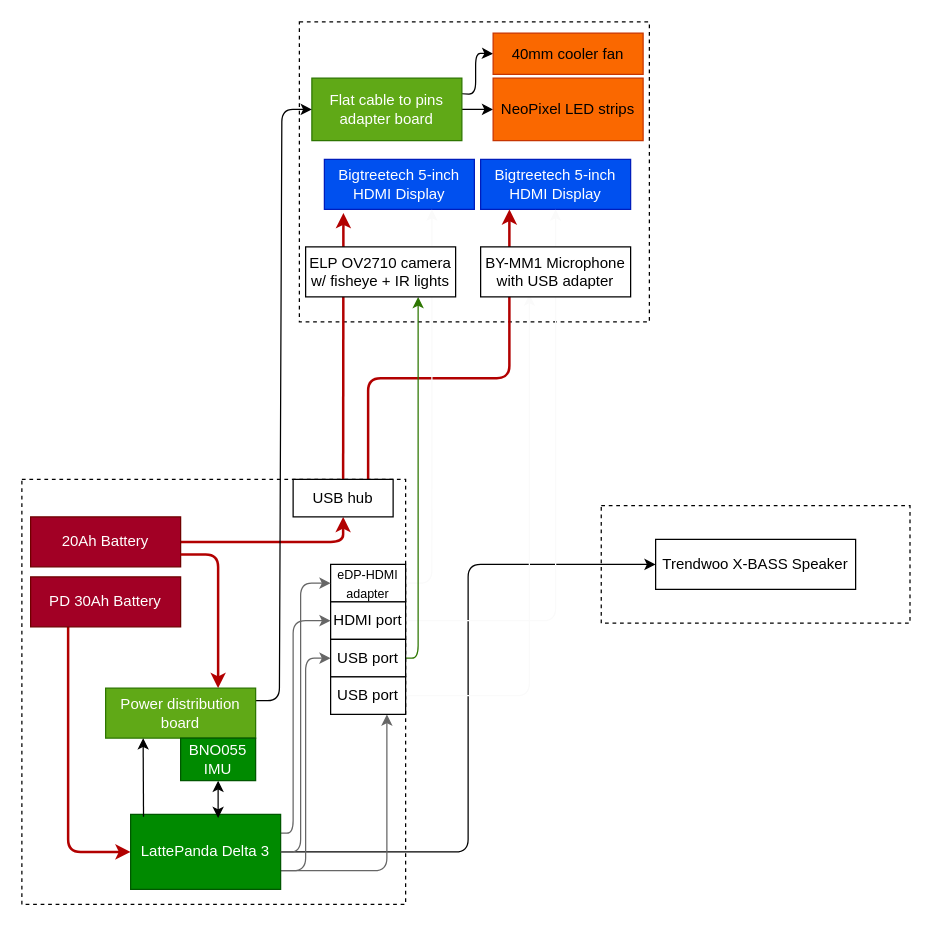
This is Planning/Hardware.drawio from MekhyW/DYNAMO-Electronic_Fursuit-2.0, a draw.io file, before an edit. Source tidied: cells renumbered, new cells numbered last; positions are measured from the earlier drawing's top-left corner, leaving out a move shared by most shapes. Both pictures are drawn from the tidied source at 125%, with x=0, y=0 at pixel (21, 21).
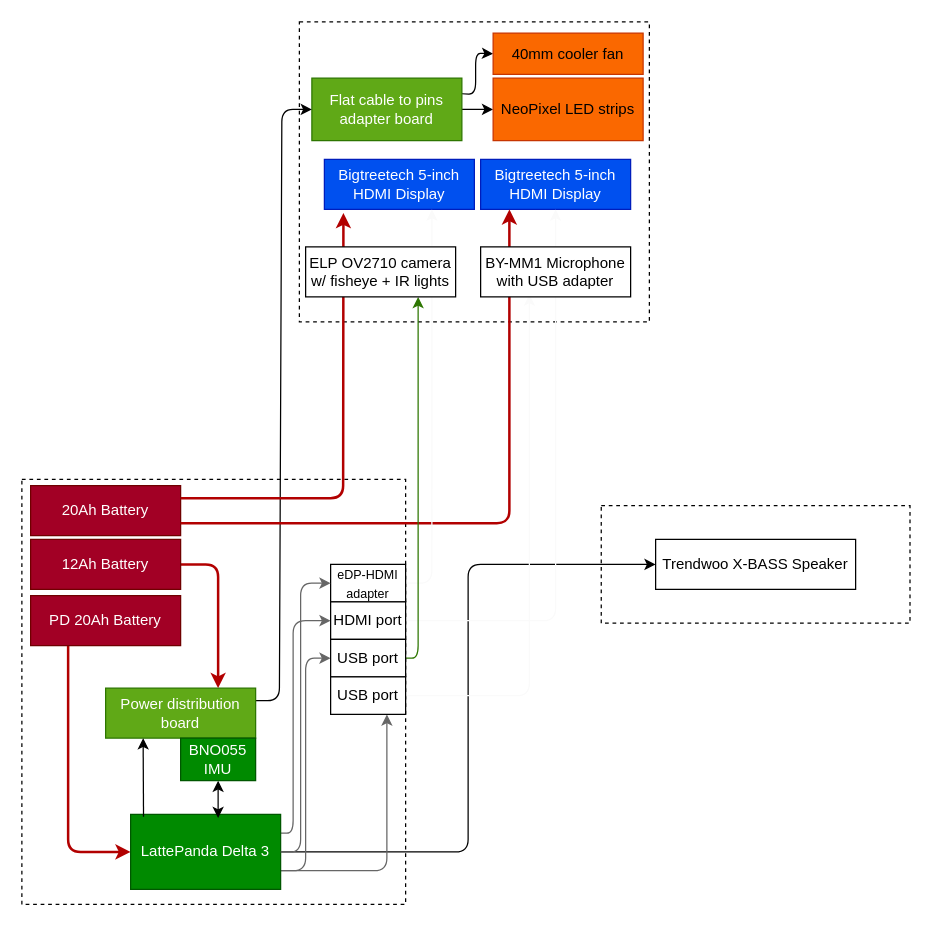
Above is the later version.

Unchanged cells that the change refers to:
```xml
<mxCell id="20" value="Power distribution board" style="rounded=0;whiteSpace=wrap;html=1;fillColor=#60a917;fontColor=#ffffff;strokeColor=#2D7600;" parent="1" vertex="1">
  <mxGeometry x="67" y="533" width="120" height="40" as="geometry" />
</mxCell>
<mxCell id="21" value="Bigtreetech 5-inch HDMI Display" style="rounded=0;whiteSpace=wrap;html=1;fillColor=#0050ef;fontColor=#ffffff;strokeColor=#001DBC;" parent="1" vertex="1">
  <mxGeometry x="242" y="110" width="120" height="40" as="geometry" />
</mxCell>
```

What changed in the source:
```diff
@@
-    <mxCell id="11" value="PD 30Ah Battery" style="rounded=0;whiteSpace=wrap;html=1;fillColor=#a20025;fontColor=#ffffff;strokeColor=#6F0000;" parent="1" vertex="1">
-      <mxGeometry x="7" y="444" width="120" height="40" as="geometry" />
+    <mxCell id="11" value="PD 20Ah Battery" style="rounded=0;whiteSpace=wrap;html=1;fillColor=#a20025;fontColor=#ffffff;strokeColor=#6F0000;" parent="1" vertex="1">
+      <mxGeometry x="7" y="459" width="120" height="40" as="geometry" />
     </mxCell>
-    <mxCell id="12" style="edgeStyle=none;html=1;exitX=1;exitY=0.5;exitDx=0;exitDy=0;entryX=0.5;entryY=1;entryDx=0;entryDy=0;strokeColor=#B20000;strokeWidth=2;startArrow=none;startFill=0;fillColor=#e51400;" parent="1" edge="1" source="13" target="28">
-      <mxGeometry relative="1" as="geometry">
-        <Array as="points">
-          <mxPoint x="257" y="416" />
-        </Array>
-      </mxGeometry>
-    </mxCell>
     <mxCell id="13" value="20Ah Battery" style="rounded=0;whiteSpace=wrap;html=1;fillColor=#a20025;fontColor=#ffffff;strokeColor=#6F0000;" parent="1" vertex="1">
-      <mxGeometry x="7" y="396" width="120" height="40" as="geometry" />
+      <mxGeometry x="7" y="371" width="120" height="40" as="geometry" />
     </mxCell>
@@
-    <mxCell id="22" style="edgeStyle=none;html=1;exitX=1;exitY=0.75;exitDx=0;exitDy=0;fillColor=#e51400;strokeColor=#B20000;strokeWidth=2;entryX=0.75;entryY=0;entryDx=0;entryDy=0;" parent="1" edge="1" source="13" target="20">
+    <mxCell id="22" style="edgeStyle=none;html=1;exitX=1;exitY=0.5;exitDx=0;exitDy=0;fillColor=#e51400;strokeColor=#B20000;strokeWidth=2;entryX=0.75;entryY=0;entryDx=0;entryDy=0;" parent="1" edge="1" source="42" target="20">
       <mxGeometry relative="1" as="geometry">
         <Array as="points">
-          <mxPoint x="157" y="426" />
+          <mxPoint x="157" y="434" />
         </Array>
       </mxGeometry>
     </mxCell>
-    <mxCell id="23" style="edgeStyle=none;html=1;exitX=0.5;exitY=0;exitDx=0;exitDy=0;entryX=0.127;entryY=1.073;entryDx=0;entryDy=0;fillColor=#e51400;strokeColor=#B20000;strokeWidth=2;entryPerimeter=0;" parent="1" edge="1" source="28" target="21">
-      <mxGeometry relative="1" as="geometry" />
+    <mxCell id="23" style="edgeStyle=none;html=1;exitX=1;exitY=0.25;exitDx=0;exitDy=0;entryX=0.127;entryY=1.073;entryDx=0;entryDy=0;fillColor=#e51400;strokeColor=#B20000;strokeWidth=2;entryPerimeter=0;" parent="1" edge="1" source="13" target="21">
+      <mxGeometry relative="1" as="geometry">
+        <Array as="points">
+          <mxPoint x="257" y="381" />
+        </Array>
+      </mxGeometry>
     </mxCell>
-    <mxCell id="24" style="edgeStyle=none;html=1;exitX=0.75;exitY=0;exitDx=0;exitDy=0;fillColor=#e51400;strokeColor=#B20000;strokeWidth=2;" parent="1" edge="1" source="28">
+    <mxCell id="24" style="edgeStyle=none;html=1;exitX=1;exitY=0.75;exitDx=0;exitDy=0;fillColor=#e51400;strokeColor=#B20000;strokeWidth=2;" parent="1" edge="1" source="13">
       <mxGeometry relative="1" as="geometry">
         <mxPoint x="390" y="150" as="targetPoint" />
         <Array as="points">
-          <mxPoint x="277" y="285" />
+          <mxPoint x="390" y="401" />
           <mxPoint x="390" y="285" />
         </Array>
       </mxGeometry>
     </mxCell>
@@
-    <mxCell id="28" value="USB hub" style="rounded=0;whiteSpace=wrap;html=1;" parent="1" vertex="1">
-      <mxGeometry x="217" y="366" width="80" height="30" as="geometry" />
-    </mxCell>
@@
+    <mxCell id="42" value="12Ah Battery" style="rounded=0;whiteSpace=wrap;html=1;fillColor=#a20025;fontColor=#ffffff;strokeColor=#6F0000;" parent="1" vertex="1">
+      <mxGeometry x="7" y="414" width="120" height="40" as="geometry" />
+    </mxCell>
```
